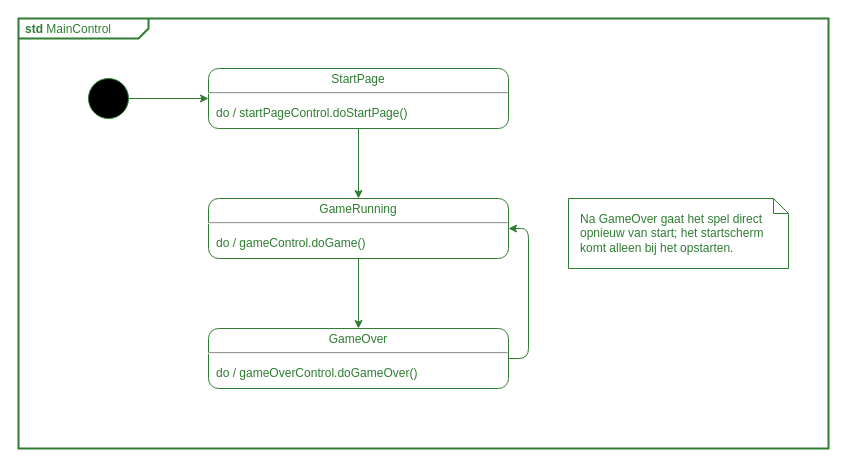
Earlier version of the draw.io diagram page "STD-MainControl" (5 of 11) of apps/pong_simple/models/drawio/pong_cg.drawio (nepbuur1/test_lasergame_2_rework_CleanGUI_godmode). Source tidied: cells renumbered, new cells numbered last; positions are measured from the earlier drawing's top-left corner, leaving out a move shared by most shapes. Both pictures are drawn from the tidied source at 100%, with x=0, y=0 at pixel (18, 18).
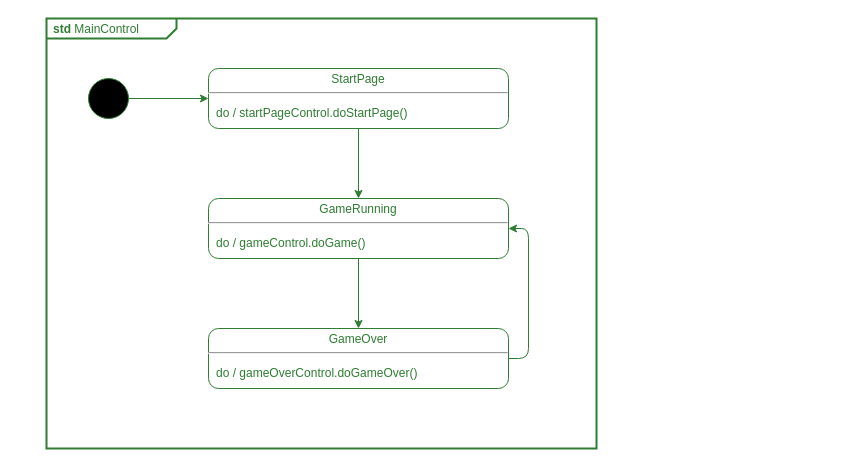
The same diagram, later.

Change to the diagram source:
```diff
@@
 <mxGraphModel>
   <root>
     <mxCell id="0" />
     <mxCell id="1" parent="0" />
     <mxCell id="2" value="&lt;p style=&quot;margin:0px;margin-top:4px;margin-left:7px;text-align:left;&quot;&gt;&lt;b&gt;std&lt;/b&gt;  MainControl&lt;/p&gt;" style="html=1;shape=mxgraph.sysml.package;overflow=fill;labelX=130;strokeWidth=2;align=center;strokeColor=#2e7d32;fontColor=#2e7d32;" parent="1" vertex="1">
-      <mxGeometry width="810" height="430" as="geometry" />
+      <mxGeometry x="28" width="550" height="430" as="geometry" />
     </mxCell>
     <mxCell id="3" style="shape=ellipse;html=1;fillColor=#000000;fontSize=18;fontColor=#ffffff;strokeColor=#2e7d32;" parent="1" vertex="1">
       <mxGeometry x="70" y="60" width="40" height="40" as="geometry" />
     </mxCell>
     <mxCell id="4" value="&lt;p style=&quot;margin: 0px ; margin-top: 4px ; text-align: center&quot;&gt;StartPage&lt;/p&gt;&lt;hr&gt;&lt;p&gt;&lt;/p&gt;&lt;p style=&quot;margin: 0px ; margin-left: 8px ; text-align: left&quot;&gt;do / startPageControl.doStartPage()&lt;/p&gt;" style="shape=mxgraph.sysml.simpleState;html=1;overflow=fill;whiteSpace=wrap;align=center;strokeColor=#2e7d32;fontColor=#2e7d32;" parent="1" vertex="1">
       <mxGeometry x="190" y="50" width="300" height="60" as="geometry" />
     </mxCell>
     <mxCell id="5" value="&lt;p style=&quot;margin: 0px ; margin-top: 4px ; text-align: center&quot;&gt;GameRunning&lt;/p&gt;&lt;hr&gt;&lt;p&gt;&lt;/p&gt;&lt;p style=&quot;margin: 0px ; margin-left: 8px ; text-align: left&quot;&gt;do / gameControl.doGame()&lt;/p&gt;" style="shape=mxgraph.sysml.simpleState;html=1;overflow=fill;whiteSpace=wrap;align=center;strokeColor=#2e7d32;fontColor=#2e7d32;" parent="1" vertex="1">
       <mxGeometry x="190" y="180" width="300" height="60" as="geometry" />
     </mxCell>
     <mxCell id="6" value="&lt;p style=&quot;margin: 0px ; margin-top: 4px ; text-align: center&quot;&gt;GameOver&lt;/p&gt;&lt;hr&gt;&lt;p&gt;&lt;/p&gt;&lt;p style=&quot;margin: 0px ; margin-left: 8px ; text-align: left&quot;&gt;do / gameOverControl.doGameOver()&lt;/p&gt;" style="shape=mxgraph.sysml.simpleState;html=1;overflow=fill;whiteSpace=wrap;align=center;strokeColor=#2e7d32;fontColor=#2e7d32;" parent="1" vertex="1">
       <mxGeometry x="190" y="310" width="300" height="60" as="geometry" />
     </mxCell>
     <mxCell id="7" style="edgeStyle=orthogonalEdgeStyle;rounded=1;jettySize=auto;html=1;curved=0;align=left;labelBackgroundColor=default;strokeColor=#2e7d32;fontColor=#2e7d32;" parent="1" edge="1" source="3" target="4">
       <mxGeometry relative="1" as="geometry" />
     </mxCell>
     <mxCell id="8" style="edgeStyle=orthogonalEdgeStyle;rounded=1;jettySize=auto;html=1;curved=0;align=left;labelBackgroundColor=default;strokeColor=#2e7d32;fontColor=#2e7d32;" parent="1" edge="1" source="4" target="5">
       <mxGeometry relative="1" as="geometry" />
     </mxCell>
     <mxCell id="9" style="edgeStyle=orthogonalEdgeStyle;rounded=1;jettySize=auto;html=1;curved=0;align=left;labelBackgroundColor=default;strokeColor=#2e7d32;fontColor=#2e7d32;" parent="1" edge="1" source="5" target="6">
       <mxGeometry relative="1" as="geometry" />
     </mxCell>
     <mxCell id="10" style="edgeStyle=orthogonalEdgeStyle;rounded=1;jettySize=auto;html=1;curved=0;align=left;labelBackgroundColor=default;strokeColor=#2e7d32;fontColor=#2e7d32;exitX=1;exitY=0.5;entryX=1;entryY=0.5;" parent="1" edge="1" source="6" target="5">
       <mxGeometry relative="1" as="geometry" />
     </mxCell>
-    <mxCell id="11" value="Na GameOver gaat het spel direct opnieuw van start; het startscherm komt alleen bij het opstarten." style="shape=note;size=15;align=left;spacingLeft=10;html=1;whiteSpace=wrap;strokeColor=#2e7d32;fontColor=#2e7d32;" parent="1" vertex="1">
-      <mxGeometry x="550" y="180" width="220" height="70" as="geometry" />
-    </mxCell>
   </root>
 </mxGraphModel>
```
